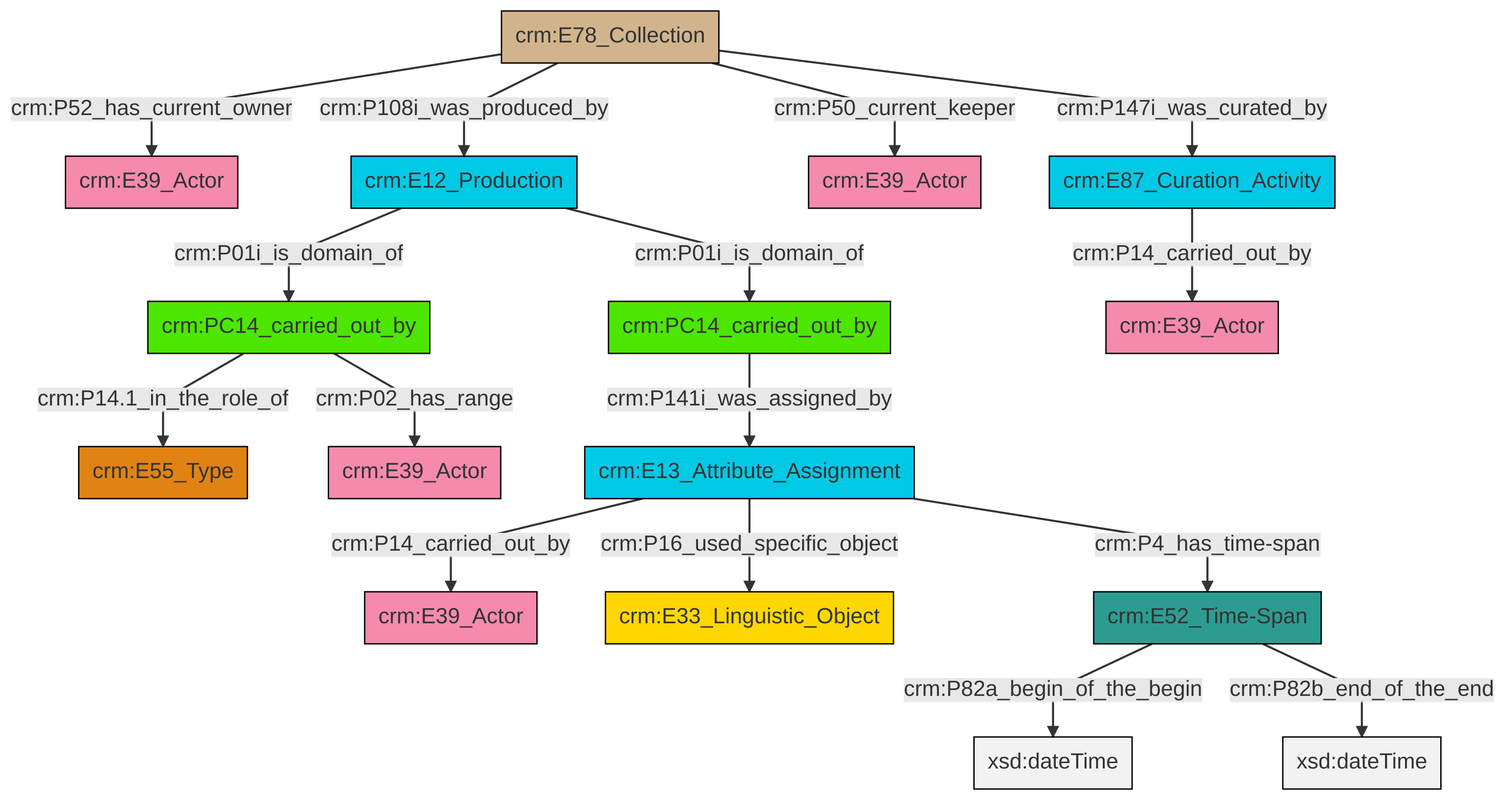
Above: et/archivalCSV/ttl/mmd/png/archival_relation.png in swiss-art-research-net/docs.swissartresearch (Mermaid), before the change. Its source is kept beside it as et/archivalCSV/ttl/mmd/archival_relation.ttl.mmd.
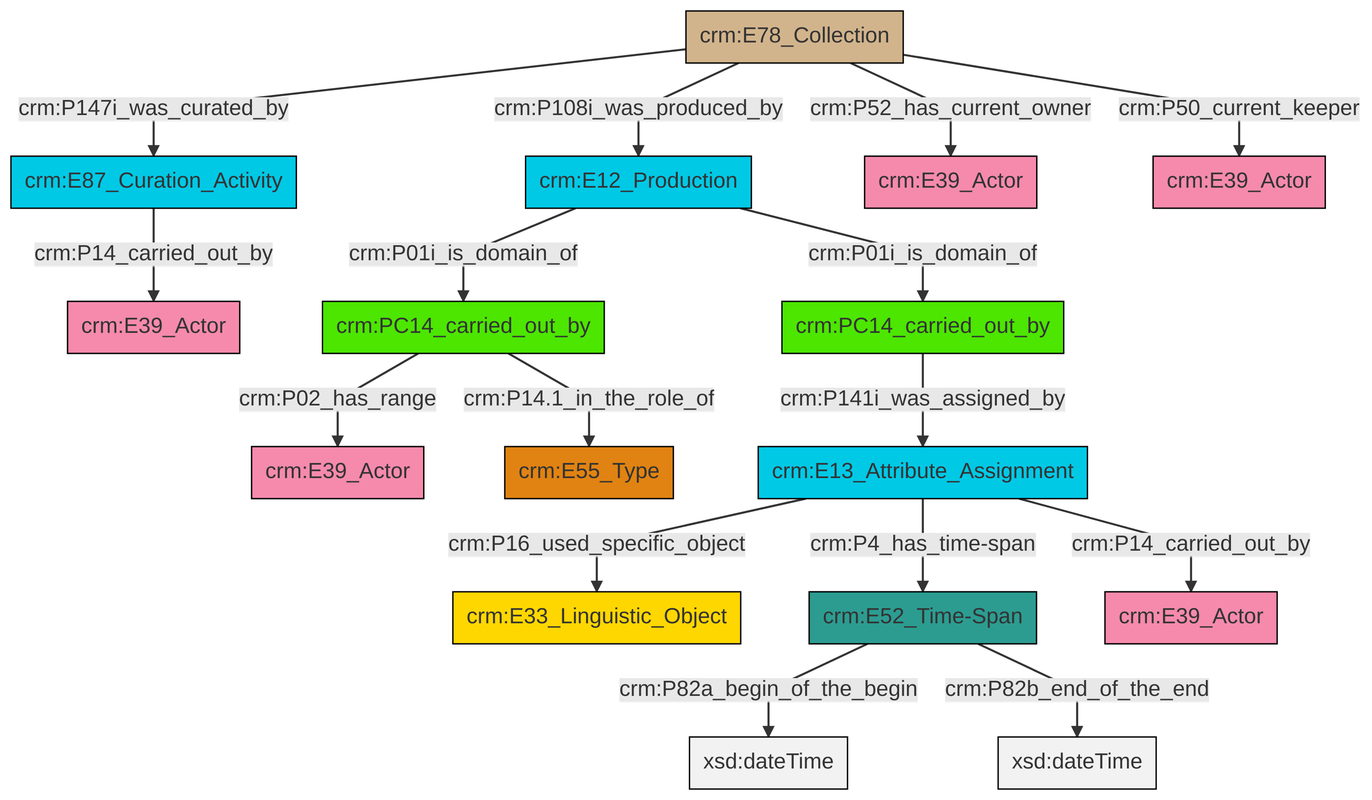
After the change.

Change to the diagram source:
```diff
@@ -13,18 +13,18 @@
 classDef PC_Classes fill:#4ce600, stroke:#000000;
 classDef Multi fill:#cccccc,stroke:#000000;
 
-0["crm:E12_Production"]:::Temporal_Entity -->|crm:P01i_is_domain_of| 1["crm:PC14_carried_out_by"]:::PC_Classes
-4["crm:E13_Attribute_Assignment"]:::Temporal_Entity -->|crm:P14_carried_out_by| 5["crm:E39_Actor"]:::Actor
-8["crm:E52_Time-Span"]:::Time-Span -->|crm:P82a_begin_of_the_begin| 9[xsd:dateTime]:::Literal
-14["crm:E87_Curation_Activity"]:::Temporal_Entity -->|crm:P14_carried_out_by| 15["crm:E39_Actor"]:::Actor
-10["crm:E78_Collection"]:::Physical_Thing -->|crm:P52_has_current_owner| 6["crm:E39_Actor"]:::Actor
-4["crm:E13_Attribute_Assignment"]:::Temporal_Entity -->|crm:P16_used_specific_object| 17["crm:E33_Linguistic_Object"]:::Conceptual_Object
-1["crm:PC14_carried_out_by"]:::PC_Classes -->|crm:P14.1_in_the_role_of| 2["crm:E55_Type"]:::Type
-10["crm:E78_Collection"]:::Physical_Thing -->|crm:P108i_was_produced_by| 0["crm:E12_Production"]:::Temporal_Entity
-0["crm:E12_Production"]:::Temporal_Entity -->|crm:P01i_is_domain_of| 19["crm:PC14_carried_out_by"]:::PC_Classes
-10["crm:E78_Collection"]:::Physical_Thing -->|crm:P50_current_keeper| 21["crm:E39_Actor"]:::Actor
-19["crm:PC14_carried_out_by"]:::PC_Classes -->|crm:P141i_was_assigned_by| 4["crm:E13_Attribute_Assignment"]:::Temporal_Entity
-1["crm:PC14_carried_out_by"]:::PC_Classes -->|crm:P02_has_range| 26["crm:E39_Actor"]:::Actor
-8["crm:E52_Time-Span"]:::Time-Span -->|crm:P82b_end_of_the_end| 29[xsd:dateTime]:::Literal
-10["crm:E78_Collection"]:::Physical_Thing -->|crm:P147i_was_curated_by| 14["crm:E87_Curation_Activity"]:::Temporal_Entity
-4["crm:E13_Attribute_Assignment"]:::Temporal_Entity -->|crm:P4_has_time-span| 8["crm:E52_Time-Span"]:::Time-Span
+2["crm:E52_Time-Span"]:::Time-Span -->|crm:P82a_begin_of_the_begin| 3[xsd:dateTime]:::Literal
+6["crm:E78_Collection"]:::Physical_Thing -->|crm:P147i_was_curated_by| 7["crm:E87_Curation_Activity"]:::Temporal_Entity
+4["crm:E12_Production"]:::Temporal_Entity -->|crm:P01i_is_domain_of| 8["crm:PC14_carried_out_by"]:::PC_Classes
+9["crm:PC14_carried_out_by"]:::PC_Classes -->|crm:P141i_was_assigned_by| 10["crm:E13_Attribute_Assignment"]:::Temporal_Entity
+6["crm:E78_Collection"]:::Physical_Thing -->|crm:P108i_was_produced_by| 4["crm:E12_Production"]:::Temporal_Entity
+10["crm:E13_Attribute_Assignment"]:::Temporal_Entity -->|crm:P16_used_specific_object| 13["crm:E33_Linguistic_Object"]:::Conceptual_Object
+7["crm:E87_Curation_Activity"]:::Temporal_Entity -->|crm:P14_carried_out_by| 15["crm:E39_Actor"]:::Actor
+6["crm:E78_Collection"]:::Physical_Thing -->|crm:P52_has_current_owner| 18["crm:E39_Actor"]:::Actor
+8["crm:PC14_carried_out_by"]:::PC_Classes -->|crm:P02_has_range| 0["crm:E39_Actor"]:::Actor
+4["crm:E12_Production"]:::Temporal_Entity -->|crm:P01i_is_domain_of| 9["crm:PC14_carried_out_by"]:::PC_Classes
+10["crm:E13_Attribute_Assignment"]:::Temporal_Entity -->|crm:P4_has_time-span| 2["crm:E52_Time-Span"]:::Time-Span
+8["crm:PC14_carried_out_by"]:::PC_Classes -->|crm:P14.1_in_the_role_of| 16["crm:E55_Type"]:::Type
+10["crm:E13_Attribute_Assignment"]:::Temporal_Entity -->|crm:P14_carried_out_by| 25["crm:E39_Actor"]:::Actor
+6["crm:E78_Collection"]:::Physical_Thing -->|crm:P50_current_keeper| 23["crm:E39_Actor"]:::Actor
+2["crm:E52_Time-Span"]:::Time-Span -->|crm:P82b_end_of_the_end| 28[xsd:dateTime]:::Literal
```
